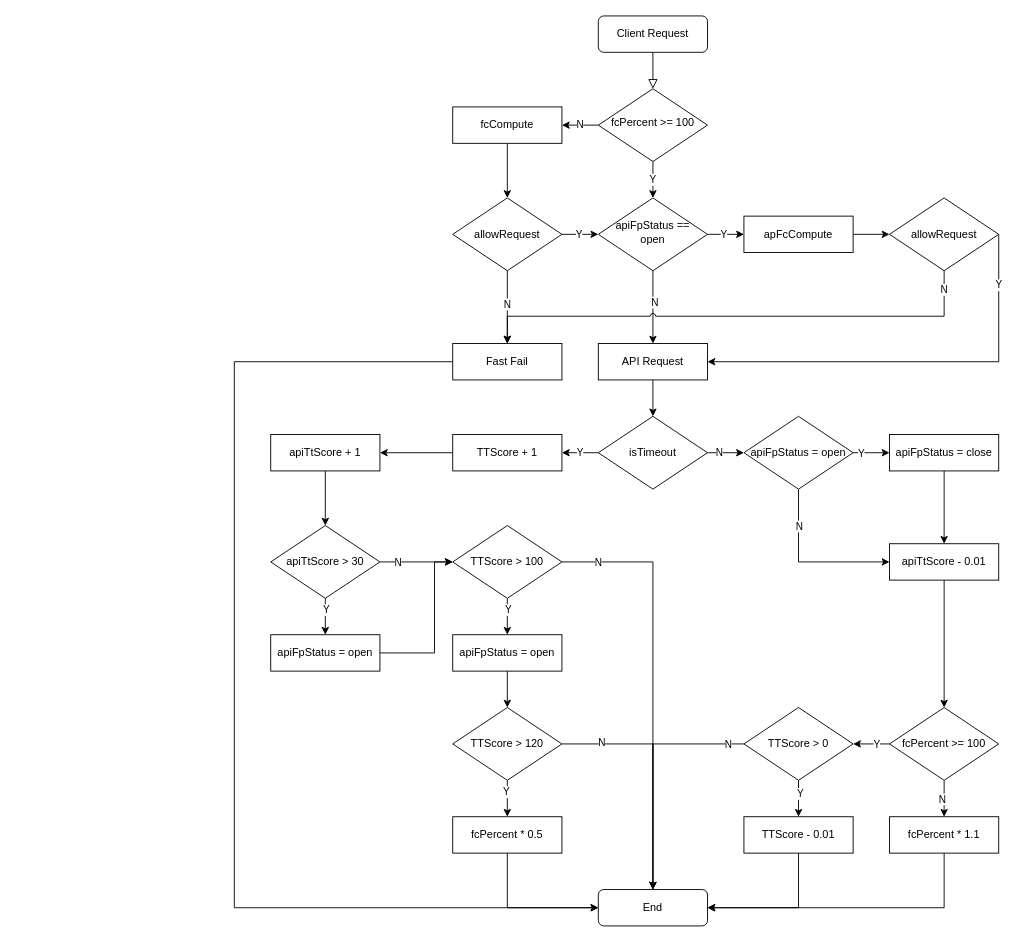
Above: 熔断.drawio in CQEvan/draw (draw.io), before the change. Source tidied: cells renumbered, new cells numbered last; positions are measured from the earlier drawing's top-left corner, leaving out a move shared by most shapes. Both pictures are drawn from the tidied source at 91%, with x=0, y=0 at pixel (234, 15).
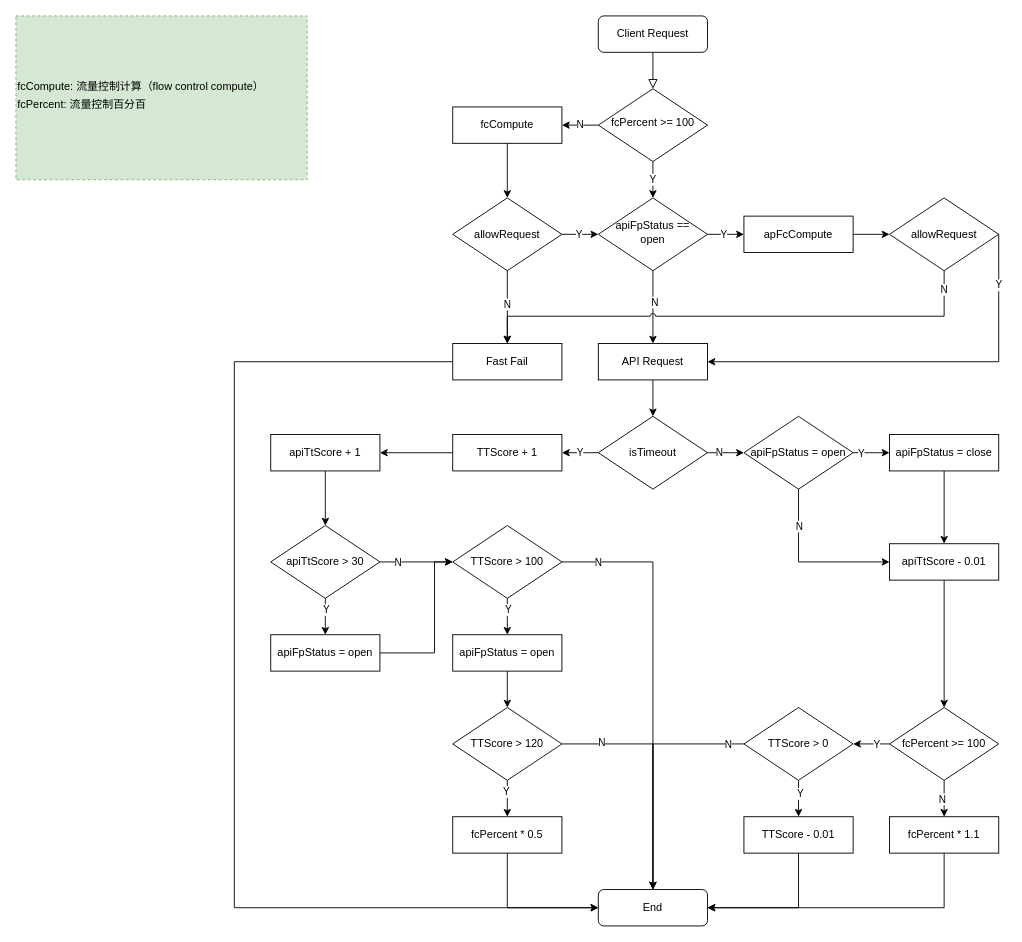
Above is the later version.

Diff of the diagram source:
```diff
@@
+    <mxCell id="83" value="&lt;span style=&quot;text-align: center&quot;&gt;fcCompute&lt;/span&gt;: 流量控制计算（flow control compute）&lt;br&gt;&lt;span style=&quot;text-align: center ; line-height: 200%&quot;&gt;fcPercent: 流量控制百分百&lt;/span&gt;" style="rounded=0;whiteSpace=wrap;html=1;dashed=1;fillColor=#d5e8d4;strokeColor=#82b366;align=left;" parent="1" vertex="1">
+      <mxGeometry x="-240" width="320" height="180" as="geometry" />
+    </mxCell>
```
